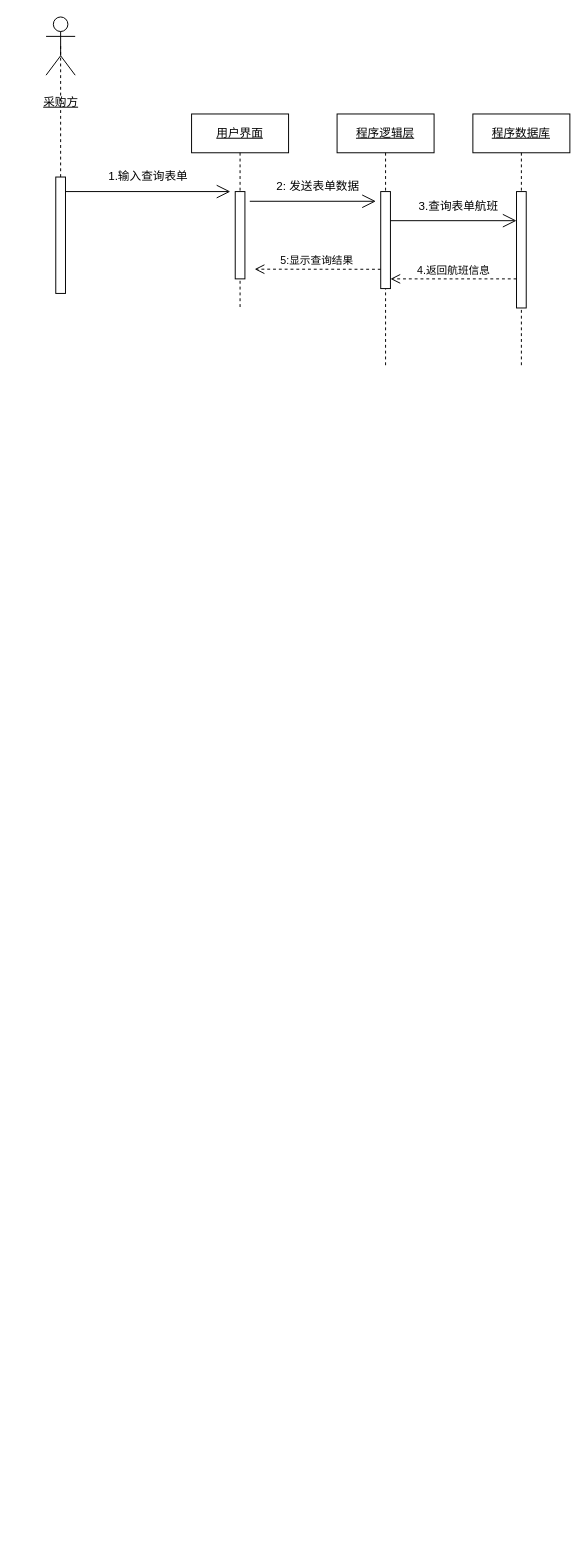
Earlier version of the draw.io diagram 中国芯序列图1.drawio (liuyang0228/text). Source tidied: cells renumbered, new cells numbered last; positions are measured from the earlier drawing's top-left corner, leaving out a move shared by most shapes. Both pictures are drawn from the tidied source at 97%, with x=0, y=0 at pixel (46, 16).
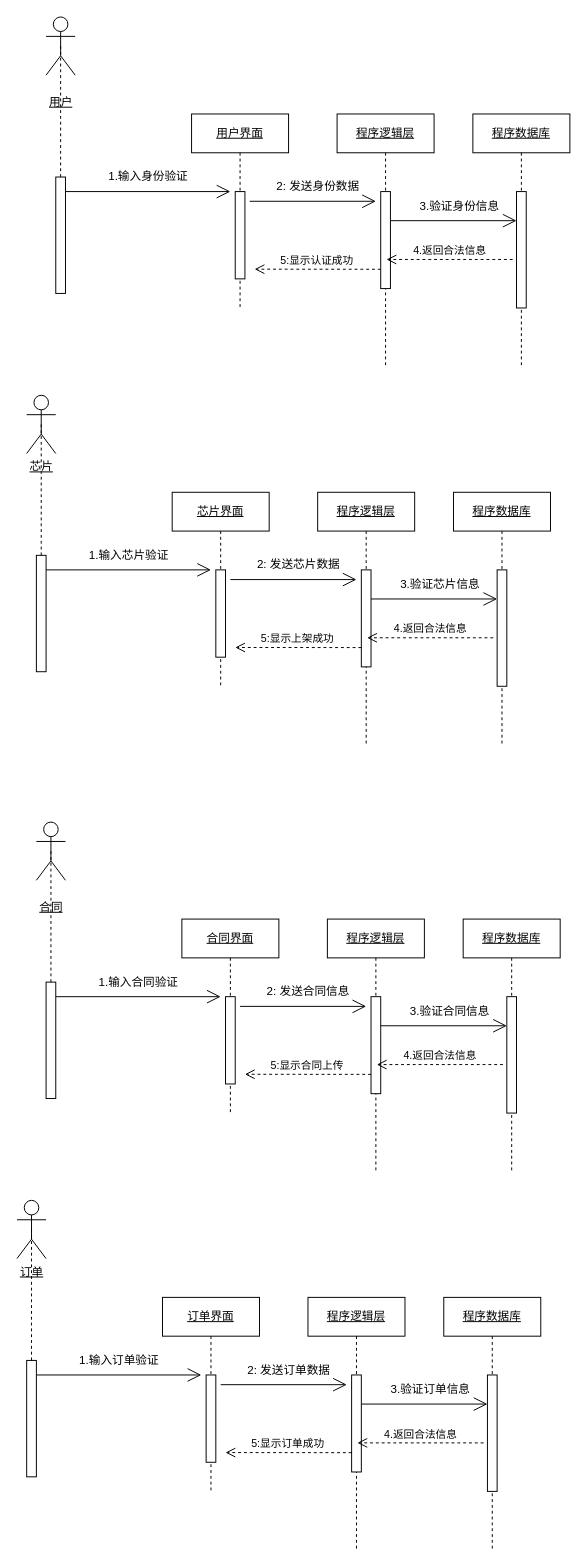
After the change.

Commit message (it also covers changes not shown here):
更新中国芯序列图1.drawio

What changed in the source:
```diff
@@
-    <mxCell id="9" value="5:显示查询结果" style="html=1;verticalAlign=bottom;endArrow=open;dashed=1;endSize=8;edgeStyle=elbowEdgeStyle;elbow=vertical;curved=0;rounded=0;" parent="1" edge="1">
+    <mxCell id="9" value="5:显示认证成功" style="html=1;verticalAlign=bottom;endArrow=open;dashed=1;endSize=8;edgeStyle=elbowEdgeStyle;elbow=vertical;curved=0;rounded=0;" parent="1" edge="1">
       <mxGeometry x="0.01" relative="1" as="geometry">
         <mxPoint x="345" y="260.1" as="sourcePoint" />
         <mxPoint x="215" y="260.2" as="targetPoint" />
       </mxGeometry>
     </mxCell>
-    <mxCell id="10" value="4.返回航班信息" style="html=1;verticalAlign=bottom;endArrow=open;dashed=1;endSize=8;edgeStyle=elbowEdgeStyle;elbow=vertical;curved=0;rounded=0;" parent="1" edge="1">
+    <mxCell id="10" value="4.返回合法信息" style="html=1;verticalAlign=bottom;endArrow=open;dashed=1;endSize=8;edgeStyle=elbowEdgeStyle;elbow=vertical;curved=0;rounded=0;" parent="1" edge="1">
       <mxGeometry relative="1" as="geometry">
-        <mxPoint x="485" y="270" as="sourcePoint" />
-        <mxPoint x="355" y="270" as="targetPoint" />
+        <mxPoint x="481" y="250" as="sourcePoint" />
+        <mxPoint x="351" y="250" as="targetPoint" />
       </mxGeometry>
     </mxCell>
-    <mxCell id="11" value="&lt;u&gt;&lt;br&gt;采购方&lt;br&gt;&lt;br&gt;&lt;/u&gt;" style="shape=umlActor;verticalLabelPosition=bottom;verticalAlign=top;html=1;outlineConnect=0;" parent="1" vertex="1">
+    <mxCell id="11" value="&lt;u&gt;&lt;br&gt;用户&lt;br&gt;&lt;/u&gt;" style="shape=umlActor;verticalLabelPosition=bottom;verticalAlign=top;html=1;outlineConnect=0;" parent="1" vertex="1">
       <mxGeometry width="30" height="60" as="geometry" />
     </mxCell>
-    <mxCell id="12" value="2: 发送表单数据" style="text;html=1;align=center;verticalAlign=middle;strokeColor=none;fillColor=none;" parent="1" vertex="1">
+    <mxCell id="12" value="2: 发送身份数据" style="text;html=1;align=center;verticalAlign=middle;strokeColor=none;fillColor=none;" parent="1" vertex="1">
       <mxGeometry x="225" y="160" width="110" height="30" as="geometry" />
     </mxCell>
@@
-    <mxCell id="14" value="3.查询表单航班" style="text;html=1;align=center;verticalAlign=middle;strokeColor=none;fillColor=none;" parent="1" vertex="1">
-      <mxGeometry x="370" y="180" width="110" height="30" as="geometry" />
+    <mxCell id="14" value="3.验证身份信息" style="text;html=1;align=center;verticalAlign=middle;strokeColor=none;fillColor=none;" parent="1" vertex="1">
+      <mxGeometry x="371" y="180" width="110" height="30" as="geometry" />
     </mxCell>
@@
-    <mxCell id="17" value="1.输入查询表单" style="text;html=1;align=center;verticalAlign=middle;strokeColor=none;fillColor=none;" parent="1" vertex="1">
+    <mxCell id="17" value="1.输入身份验证" style="text;html=1;align=center;verticalAlign=middle;strokeColor=none;fillColor=none;" parent="1" vertex="1">
       <mxGeometry x="50" y="150" width="110" height="30" as="geometry" />
     </mxCell>
@@
+    <mxCell id="19" value="&lt;u&gt;芯片界面&lt;/u&gt;" style="shape=umlLifeline;perimeter=lifelinePerimeter;whiteSpace=wrap;html=1;newEdgeStyle={&quot;edgeStyle&quot;:&quot;elbowEdgeStyle&quot;,&quot;elbow&quot;:&quot;vertical&quot;,&quot;curved&quot;:0,&quot;rounded&quot;:0};" parent="1" vertex="1">
+      <mxGeometry x="130" y="490" width="100" height="200" as="geometry" />
+    </mxCell>
+    <mxCell id="20" style="html=1;perimeter=orthogonalPerimeter;targetShapes=umlLifeline;newEdgeStyle={&quot;edgeStyle&quot;:&quot;elbowEdgeStyle&quot;,&quot;elbow&quot;:&quot;vertical&quot;,&quot;curved&quot;:0,&quot;rounded&quot;:0};" parent="19" vertex="1">
+      <mxGeometry x="45" y="80" width="10" height="90" as="geometry" />
+    </mxCell>
+    <mxCell id="21" value="&lt;u&gt;程序逻辑层&lt;/u&gt;" style="shape=umlLifeline;perimeter=lifelinePerimeter;whiteSpace=wrap;html=1;newEdgeStyle={&quot;edgeStyle&quot;:&quot;elbowEdgeStyle&quot;,&quot;elbow&quot;:&quot;vertical&quot;,&quot;curved&quot;:0,&quot;rounded&quot;:0};" parent="1" vertex="1">
+      <mxGeometry x="280" y="490" width="100" height="260" as="geometry" />
+    </mxCell>
+    <mxCell id="22" style="html=1;perimeter=orthogonalPerimeter;targetShapes=umlLifeline;newEdgeStyle={&quot;edgeStyle&quot;:&quot;elbowEdgeStyle&quot;,&quot;elbow&quot;:&quot;vertical&quot;,&quot;curved&quot;:0,&quot;rounded&quot;:0};" parent="21" vertex="1">
+      <mxGeometry x="45" y="80" width="10" height="100" as="geometry" />
+    </mxCell>
+    <mxCell id="23" value="&lt;u&gt;程序数据库&lt;/u&gt;" style="shape=umlLifeline;perimeter=lifelinePerimeter;whiteSpace=wrap;html=1;newEdgeStyle={&quot;edgeStyle&quot;:&quot;elbowEdgeStyle&quot;,&quot;elbow&quot;:&quot;vertical&quot;,&quot;curved&quot;:0,&quot;rounded&quot;:0};" parent="1" vertex="1">
+      <mxGeometry x="420" y="490" width="100" height="260" as="geometry" />
+    </mxCell>
+    <mxCell id="24" style="html=1;perimeter=orthogonalPerimeter;targetShapes=umlLifeline;newEdgeStyle={&quot;edgeStyle&quot;:&quot;elbowEdgeStyle&quot;,&quot;elbow&quot;:&quot;vertical&quot;,&quot;curved&quot;:0,&quot;rounded&quot;:0};" parent="23" vertex="1">
+      <mxGeometry x="45" y="80" width="10" height="120" as="geometry" />
+    </mxCell>
+    <mxCell id="25" style="endArrow=open;endFill=1;endSize=12;html=1;rounded=0;" parent="1" edge="1">
+      <mxGeometry relative="1" as="geometry">
+        <mxPoint x="190" y="580" as="sourcePoint" />
+        <mxPoint x="320" y="580" as="targetPoint" />
+      </mxGeometry>
+    </mxCell>
+    <mxCell id="26" value="5:显示上架成功" style="html=1;verticalAlign=bottom;endArrow=open;dashed=1;endSize=8;edgeStyle=elbowEdgeStyle;elbow=vertical;curved=0;rounded=0;" parent="1" edge="1">
+      <mxGeometry x="0.01" relative="1" as="geometry">
+        <mxPoint x="325" y="650.1" as="sourcePoint" />
+        <mxPoint x="195" y="650.2" as="targetPoint" />
+      </mxGeometry>
+    </mxCell>
+    <mxCell id="27" value="4.返回合法信息" style="html=1;verticalAlign=bottom;endArrow=open;dashed=1;endSize=8;edgeStyle=elbowEdgeStyle;elbow=vertical;curved=0;rounded=0;" parent="1" edge="1">
+      <mxGeometry relative="1" as="geometry">
+        <mxPoint x="461" y="640" as="sourcePoint" />
+        <mxPoint x="331" y="640" as="targetPoint" />
+      </mxGeometry>
+    </mxCell>
+    <mxCell id="28" value="&lt;u&gt;芯片&lt;br&gt;&lt;/u&gt;" style="shape=umlActor;verticalLabelPosition=bottom;verticalAlign=top;html=1;outlineConnect=0;" parent="1" vertex="1">
+      <mxGeometry x="-20" y="390" width="30" height="60" as="geometry" />
+    </mxCell>
+    <mxCell id="29" value="2: 发送芯片数据" style="text;html=1;align=center;verticalAlign=middle;strokeColor=none;fillColor=none;" parent="1" vertex="1">
+      <mxGeometry x="205" y="550" width="110" height="30" as="geometry" />
+    </mxCell>
+    <mxCell id="30" style="endArrow=open;endFill=1;endSize=12;html=1;rounded=0;" parent="1" edge="1">
+      <mxGeometry relative="1" as="geometry">
+        <mxPoint x="335" y="600" as="sourcePoint" />
+        <mxPoint x="465" y="600" as="targetPoint" />
+      </mxGeometry>
+    </mxCell>
+    <mxCell id="31" value="3.验证芯片信息" style="text;html=1;align=center;verticalAlign=middle;strokeColor=none;fillColor=none;" parent="1" vertex="1">
+      <mxGeometry x="351" y="570" width="110" height="30" as="geometry" />
+    </mxCell>
+    <mxCell id="32" style="html=1;points=[];perimeter=orthogonalPerimeter;outlineConnect=0;targetShapes=umlLifeline;portConstraint=eastwest;newEdgeStyle={&quot;edgeStyle&quot;:&quot;elbowEdgeStyle&quot;,&quot;elbow&quot;:&quot;vertical&quot;,&quot;curved&quot;:0,&quot;rounded&quot;:0};" parent="1" vertex="1">
+      <mxGeometry x="-10" y="555" width="10" height="120" as="geometry" />
+    </mxCell>
+    <mxCell id="33" style="endArrow=none;dashed=1;html=1;rounded=0;entryX=0.5;entryY=0.5;entryDx=0;entryDy=0;entryPerimeter=0;" parent="1" edge="1" source="32" target="28">
+      <mxGeometry relative="1" as="geometry" />
+    </mxCell>
+    <mxCell id="34" value="1.输入芯片验证" style="text;html=1;align=center;verticalAlign=middle;strokeColor=none;fillColor=none;" parent="1" vertex="1">
+      <mxGeometry x="30" y="540" width="110" height="30" as="geometry" />
+    </mxCell>
+    <mxCell id="35" style="endArrow=open;endFill=1;endSize=12;html=1;rounded=0;" parent="1" edge="1">
+      <mxGeometry relative="1" as="geometry">
+        <mxPoint y="570" as="sourcePoint" />
+        <mxPoint x="170" y="570" as="targetPoint" />
+      </mxGeometry>
+    </mxCell>
+    <mxCell id="36" value="&lt;u&gt;合同界面&lt;/u&gt;" style="shape=umlLifeline;perimeter=lifelinePerimeter;whiteSpace=wrap;html=1;newEdgeStyle={&quot;edgeStyle&quot;:&quot;elbowEdgeStyle&quot;,&quot;elbow&quot;:&quot;vertical&quot;,&quot;curved&quot;:0,&quot;rounded&quot;:0};" parent="1" vertex="1">
+      <mxGeometry x="140" y="930" width="100" height="200" as="geometry" />
+    </mxCell>
+    <mxCell id="37" style="html=1;perimeter=orthogonalPerimeter;targetShapes=umlLifeline;newEdgeStyle={&quot;edgeStyle&quot;:&quot;elbowEdgeStyle&quot;,&quot;elbow&quot;:&quot;vertical&quot;,&quot;curved&quot;:0,&quot;rounded&quot;:0};" parent="36" vertex="1">
+      <mxGeometry x="45" y="80" width="10" height="90" as="geometry" />
+    </mxCell>
+    <mxCell id="38" value="&lt;u&gt;程序逻辑层&lt;/u&gt;" style="shape=umlLifeline;perimeter=lifelinePerimeter;whiteSpace=wrap;html=1;newEdgeStyle={&quot;edgeStyle&quot;:&quot;elbowEdgeStyle&quot;,&quot;elbow&quot;:&quot;vertical&quot;,&quot;curved&quot;:0,&quot;rounded&quot;:0};" parent="1" vertex="1">
+      <mxGeometry x="290" y="930" width="100" height="260" as="geometry" />
+    </mxCell>
+    <mxCell id="39" style="html=1;perimeter=orthogonalPerimeter;targetShapes=umlLifeline;newEdgeStyle={&quot;edgeStyle&quot;:&quot;elbowEdgeStyle&quot;,&quot;elbow&quot;:&quot;vertical&quot;,&quot;curved&quot;:0,&quot;rounded&quot;:0};" parent="38" vertex="1">
+      <mxGeometry x="45" y="80" width="10" height="100" as="geometry" />
+    </mxCell>
+    <mxCell id="40" value="&lt;u&gt;程序数据库&lt;/u&gt;" style="shape=umlLifeline;perimeter=lifelinePerimeter;whiteSpace=wrap;html=1;newEdgeStyle={&quot;edgeStyle&quot;:&quot;elbowEdgeStyle&quot;,&quot;elbow&quot;:&quot;vertical&quot;,&quot;curved&quot;:0,&quot;rounded&quot;:0};" parent="1" vertex="1">
+      <mxGeometry x="430" y="930" width="100" height="260" as="geometry" />
+    </mxCell>
+    <mxCell id="41" style="html=1;perimeter=orthogonalPerimeter;targetShapes=umlLifeline;newEdgeStyle={&quot;edgeStyle&quot;:&quot;elbowEdgeStyle&quot;,&quot;elbow&quot;:&quot;vertical&quot;,&quot;curved&quot;:0,&quot;rounded&quot;:0};" parent="40" vertex="1">
+      <mxGeometry x="45" y="80" width="10" height="120" as="geometry" />
+    </mxCell>
+    <mxCell id="42" style="endArrow=open;endFill=1;endSize=12;html=1;rounded=0;" parent="1" edge="1">
+      <mxGeometry relative="1" as="geometry">
+        <mxPoint x="200" y="1020" as="sourcePoint" />
+        <mxPoint x="330" y="1020" as="targetPoint" />
+      </mxGeometry>
+    </mxCell>
+    <mxCell id="43" value="5:显示合同上传" style="html=1;verticalAlign=bottom;endArrow=open;dashed=1;endSize=8;edgeStyle=elbowEdgeStyle;elbow=vertical;curved=0;rounded=0;" parent="1" edge="1">
+      <mxGeometry x="0.01" relative="1" as="geometry">
+        <mxPoint x="335" y="1090.1" as="sourcePoint" />
+        <mxPoint x="205" y="1090.2" as="targetPoint" />
+      </mxGeometry>
+    </mxCell>
+    <mxCell id="44" value="4.返回合法信息" style="html=1;verticalAlign=bottom;endArrow=open;dashed=1;endSize=8;edgeStyle=elbowEdgeStyle;elbow=vertical;curved=0;rounded=0;" parent="1" edge="1">
+      <mxGeometry relative="1" as="geometry">
+        <mxPoint x="471" y="1080" as="sourcePoint" />
+        <mxPoint x="341" y="1080" as="targetPoint" />
+      </mxGeometry>
+    </mxCell>
+    <mxCell id="45" value="&lt;u&gt;&lt;br&gt;合同&lt;br&gt;&lt;/u&gt;" style="shape=umlActor;verticalLabelPosition=bottom;verticalAlign=top;html=1;outlineConnect=0;" parent="1" vertex="1">
+      <mxGeometry x="-10" y="830" width="30" height="60" as="geometry" />
+    </mxCell>
+    <mxCell id="46" value="2: 发送合同信息" style="text;html=1;align=center;verticalAlign=middle;strokeColor=none;fillColor=none;" parent="1" vertex="1">
+      <mxGeometry x="215" y="990" width="110" height="30" as="geometry" />
+    </mxCell>
+    <mxCell id="47" style="endArrow=open;endFill=1;endSize=12;html=1;rounded=0;" parent="1" edge="1">
+      <mxGeometry relative="1" as="geometry">
+        <mxPoint x="345" y="1040" as="sourcePoint" />
+        <mxPoint x="475" y="1040" as="targetPoint" />
+      </mxGeometry>
+    </mxCell>
+    <mxCell id="48" value="3.验证合同信息" style="text;html=1;align=center;verticalAlign=middle;strokeColor=none;fillColor=none;" parent="1" vertex="1">
+      <mxGeometry x="361" y="1010" width="110" height="30" as="geometry" />
+    </mxCell>
+    <mxCell id="49" style="html=1;points=[];perimeter=orthogonalPerimeter;outlineConnect=0;targetShapes=umlLifeline;portConstraint=eastwest;newEdgeStyle={&quot;edgeStyle&quot;:&quot;elbowEdgeStyle&quot;,&quot;elbow&quot;:&quot;vertical&quot;,&quot;curved&quot;:0,&quot;rounded&quot;:0};" parent="1" vertex="1">
+      <mxGeometry y="995" width="10" height="120" as="geometry" />
+    </mxCell>
+    <mxCell id="50" style="endArrow=none;dashed=1;html=1;rounded=0;entryX=0.5;entryY=0.5;entryDx=0;entryDy=0;entryPerimeter=0;" parent="1" edge="1" source="49" target="45">
+      <mxGeometry relative="1" as="geometry" />
+    </mxCell>
+    <mxCell id="51" value="1.输入合同验证" style="text;html=1;align=center;verticalAlign=middle;strokeColor=none;fillColor=none;" parent="1" vertex="1">
+      <mxGeometry x="40" y="980" width="110" height="30" as="geometry" />
+    </mxCell>
+    <mxCell id="52" style="endArrow=open;endFill=1;endSize=12;html=1;rounded=0;" parent="1" edge="1">
+      <mxGeometry relative="1" as="geometry">
+        <mxPoint x="10" y="1010" as="sourcePoint" />
+        <mxPoint x="180" y="1010" as="targetPoint" />
+      </mxGeometry>
+    </mxCell>
+    <mxCell id="53" value="&lt;u&gt;订单界面&lt;/u&gt;" style="shape=umlLifeline;perimeter=lifelinePerimeter;whiteSpace=wrap;html=1;newEdgeStyle={&quot;edgeStyle&quot;:&quot;elbowEdgeStyle&quot;,&quot;elbow&quot;:&quot;vertical&quot;,&quot;curved&quot;:0,&quot;rounded&quot;:0};" parent="1" vertex="1">
+      <mxGeometry x="120" y="1320" width="100" height="200" as="geometry" />
+    </mxCell>
+    <mxCell id="54" style="html=1;perimeter=orthogonalPerimeter;targetShapes=umlLifeline;newEdgeStyle={&quot;edgeStyle&quot;:&quot;elbowEdgeStyle&quot;,&quot;elbow&quot;:&quot;vertical&quot;,&quot;curved&quot;:0,&quot;rounded&quot;:0};" parent="53" vertex="1">
+      <mxGeometry x="45" y="80" width="10" height="90" as="geometry" />
+    </mxCell>
+    <mxCell id="55" value="&lt;u&gt;程序逻辑层&lt;/u&gt;" style="shape=umlLifeline;perimeter=lifelinePerimeter;whiteSpace=wrap;html=1;newEdgeStyle={&quot;edgeStyle&quot;:&quot;elbowEdgeStyle&quot;,&quot;elbow&quot;:&quot;vertical&quot;,&quot;curved&quot;:0,&quot;rounded&quot;:0};" parent="1" vertex="1">
+      <mxGeometry x="270" y="1320" width="100" height="260" as="geometry" />
+    </mxCell>
+    <mxCell id="56" style="html=1;perimeter=orthogonalPerimeter;targetShapes=umlLifeline;newEdgeStyle={&quot;edgeStyle&quot;:&quot;elbowEdgeStyle&quot;,&quot;elbow&quot;:&quot;vertical&quot;,&quot;curved&quot;:0,&quot;rounded&quot;:0};" parent="55" vertex="1">
+      <mxGeometry x="45" y="80" width="10" height="100" as="geometry" />
+    </mxCell>
+    <mxCell id="57" value="&lt;u&gt;程序数据库&lt;/u&gt;" style="shape=umlLifeline;perimeter=lifelinePerimeter;whiteSpace=wrap;html=1;newEdgeStyle={&quot;edgeStyle&quot;:&quot;elbowEdgeStyle&quot;,&quot;elbow&quot;:&quot;vertical&quot;,&quot;curved&quot;:0,&quot;rounded&quot;:0};" parent="1" vertex="1">
+      <mxGeometry x="410" y="1320" width="100" height="260" as="geometry" />
+    </mxCell>
+    <mxCell id="58" style="html=1;perimeter=orthogonalPerimeter;targetShapes=umlLifeline;newEdgeStyle={&quot;edgeStyle&quot;:&quot;elbowEdgeStyle&quot;,&quot;elbow&quot;:&quot;vertical&quot;,&quot;curved&quot;:0,&quot;rounded&quot;:0};" parent="57" vertex="1">
+      <mxGeometry x="45" y="80" width="10" height="120" as="geometry" />
+    </mxCell>
+    <mxCell id="59" style="endArrow=open;endFill=1;endSize=12;html=1;rounded=0;" parent="1" edge="1">
+      <mxGeometry relative="1" as="geometry">
+        <mxPoint x="180" y="1410" as="sourcePoint" />
+        <mxPoint x="310" y="1410" as="targetPoint" />
+      </mxGeometry>
+    </mxCell>
+    <mxCell id="60" value="5:显示订单成功" style="html=1;verticalAlign=bottom;endArrow=open;dashed=1;endSize=8;edgeStyle=elbowEdgeStyle;elbow=vertical;curved=0;rounded=0;" parent="1" edge="1">
+      <mxGeometry x="0.01" relative="1" as="geometry">
+        <mxPoint x="315" y="1480.1" as="sourcePoint" />
+        <mxPoint x="185" y="1480.2" as="targetPoint" />
+      </mxGeometry>
+    </mxCell>
+    <mxCell id="61" value="4.返回合法信息" style="html=1;verticalAlign=bottom;endArrow=open;dashed=1;endSize=8;edgeStyle=elbowEdgeStyle;elbow=vertical;curved=0;rounded=0;" parent="1" edge="1">
+      <mxGeometry relative="1" as="geometry">
+        <mxPoint x="451" y="1470" as="sourcePoint" />
+        <mxPoint x="321" y="1470" as="targetPoint" />
+      </mxGeometry>
+    </mxCell>
+    <mxCell id="62" value="&lt;u&gt;订单&lt;br&gt;&lt;/u&gt;" style="shape=umlActor;verticalLabelPosition=bottom;verticalAlign=top;html=1;outlineConnect=0;" parent="1" vertex="1">
+      <mxGeometry x="-30" y="1220" width="30" height="60" as="geometry" />
+    </mxCell>
+    <mxCell id="63" value="2: 发送订单数据" style="text;html=1;align=center;verticalAlign=middle;strokeColor=none;fillColor=none;" parent="1" vertex="1">
+      <mxGeometry x="195" y="1380" width="110" height="30" as="geometry" />
+    </mxCell>
+    <mxCell id="64" style="endArrow=open;endFill=1;endSize=12;html=1;rounded=0;" parent="1" edge="1">
+      <mxGeometry relative="1" as="geometry">
+        <mxPoint x="325" y="1430" as="sourcePoint" />
+        <mxPoint x="455" y="1430" as="targetPoint" />
+      </mxGeometry>
+    </mxCell>
+    <mxCell id="65" value="3.验证订单信息" style="text;html=1;align=center;verticalAlign=middle;strokeColor=none;fillColor=none;" parent="1" vertex="1">
+      <mxGeometry x="341" y="1400" width="110" height="30" as="geometry" />
+    </mxCell>
+    <mxCell id="66" style="html=1;points=[];perimeter=orthogonalPerimeter;outlineConnect=0;targetShapes=umlLifeline;portConstraint=eastwest;newEdgeStyle={&quot;edgeStyle&quot;:&quot;elbowEdgeStyle&quot;,&quot;elbow&quot;:&quot;vertical&quot;,&quot;curved&quot;:0,&quot;rounded&quot;:0};" parent="1" vertex="1">
+      <mxGeometry x="-20" y="1385" width="10" height="120" as="geometry" />
+    </mxCell>
+    <mxCell id="67" style="endArrow=none;dashed=1;html=1;rounded=0;entryX=0.5;entryY=0.5;entryDx=0;entryDy=0;entryPerimeter=0;" parent="1" edge="1" source="66" target="62">
+      <mxGeometry relative="1" as="geometry" />
+    </mxCell>
+    <mxCell id="68" value="1.输入订单验证" style="text;html=1;align=center;verticalAlign=middle;strokeColor=none;fillColor=none;" parent="1" vertex="1">
+      <mxGeometry x="20" y="1370" width="110" height="30" as="geometry" />
+    </mxCell>
+    <mxCell id="69" style="endArrow=open;endFill=1;endSize=12;html=1;rounded=0;" parent="1" edge="1">
+      <mxGeometry relative="1" as="geometry">
+        <mxPoint x="-10" y="1400" as="sourcePoint" />
+        <mxPoint x="160" y="1400" as="targetPoint" />
+      </mxGeometry>
+    </mxCell>
```
